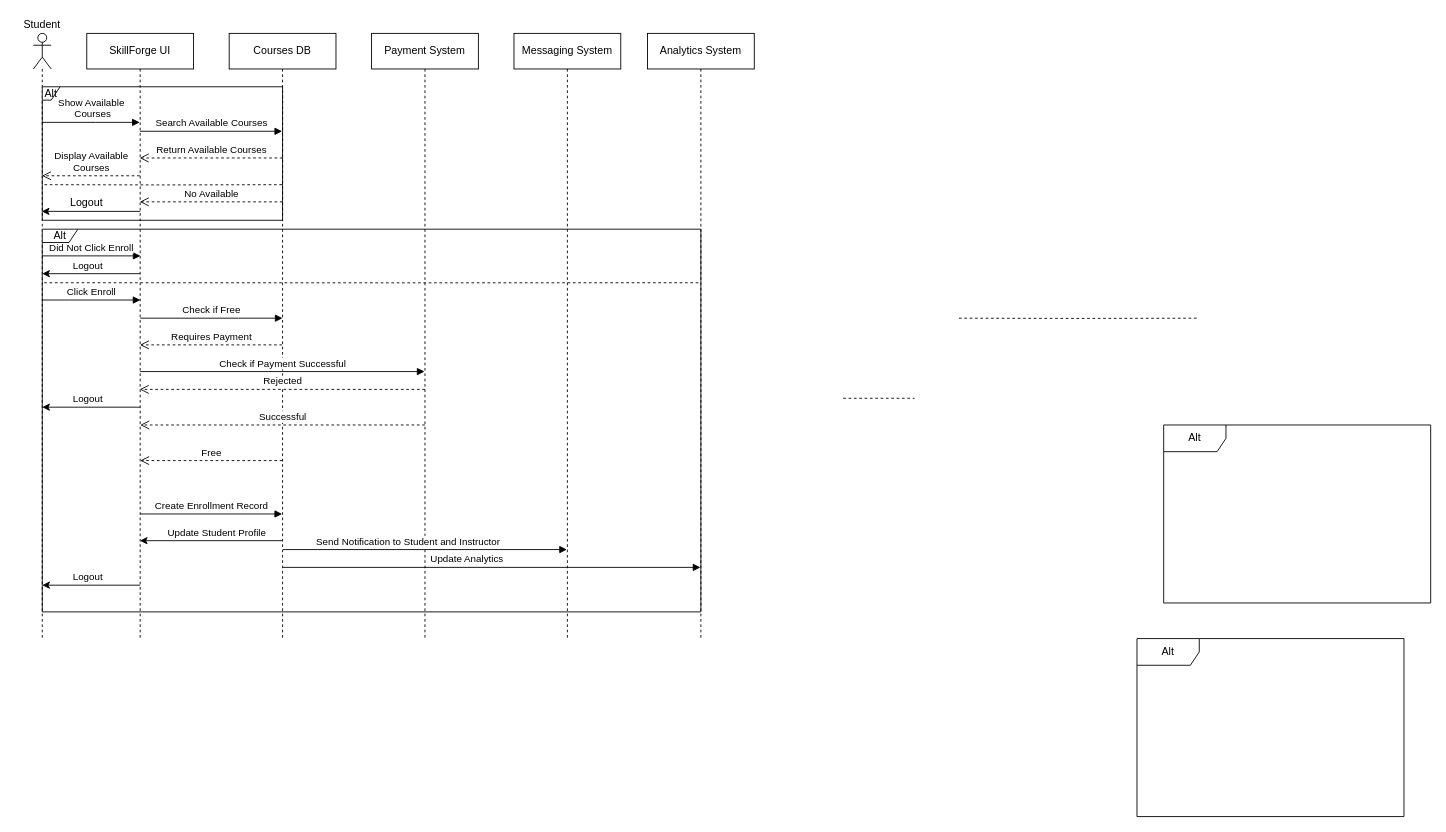
This is SequenceDiagram.drawio from RodinaMohamed04/Lab6, a draw.io file, before an edit. Source tidied: cells renumbered, new cells numbered last; positions are measured from the earlier drawing's top-left corner, leaving out a move shared by most shapes. Both pictures are drawn from the tidied source at 89%, with x=0, y=0 at pixel (15, 15).
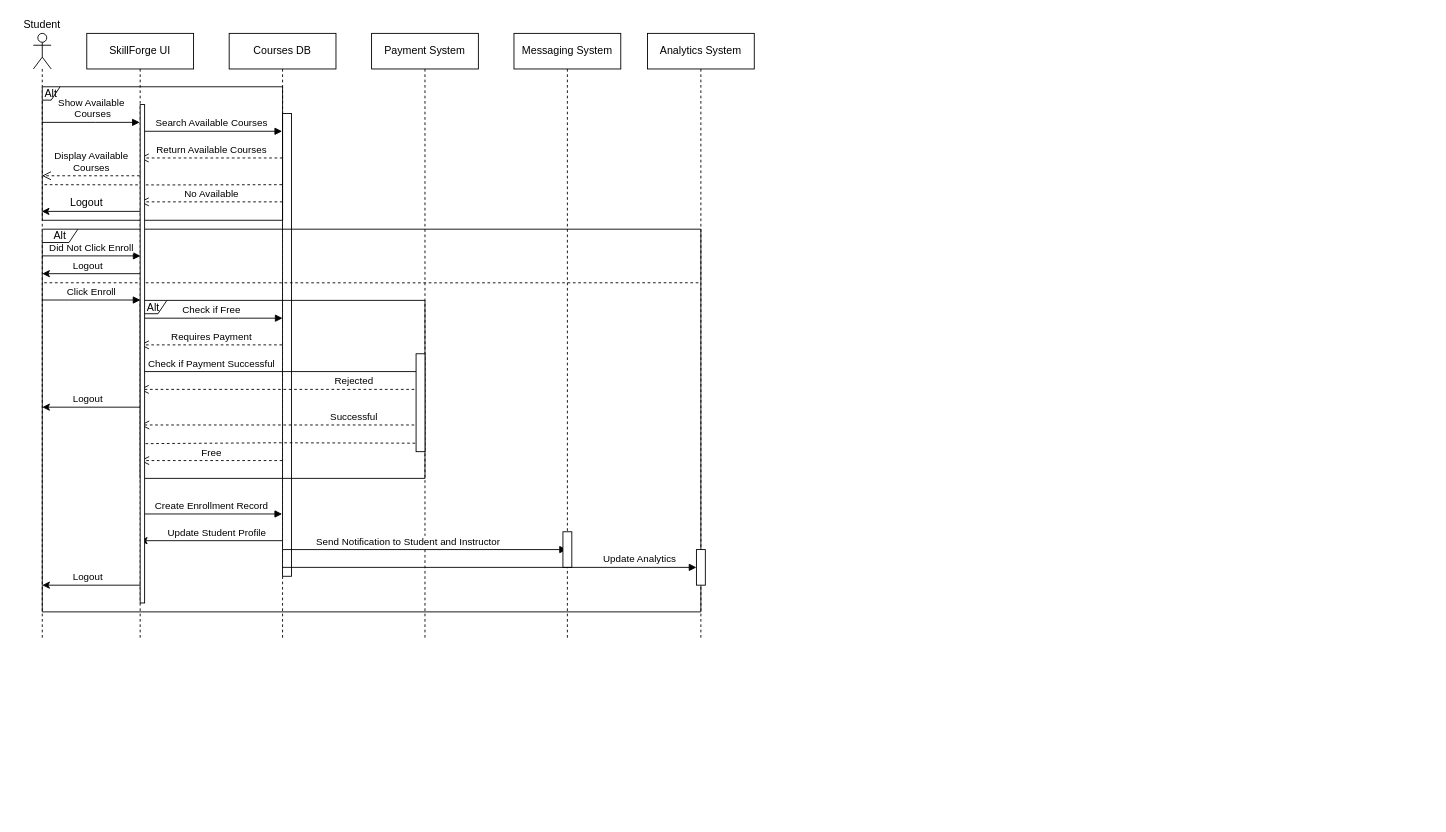
The same diagram, later.

Unchanged cells that the change refers to:
```xml
<mxCell id="2" value="SkillForge UI" style="shape=umlLifeline;perimeter=lifelinePerimeter;whiteSpace=wrap;html=1;outlineConnect=0;portConstraint=eastwest;newEdgeStyle={&quot;curved&quot;:0,&quot;rounded&quot;:0};" parent="1" vertex="1">
  <mxGeometry x="80" y="20" width="120" height="680" as="geometry" />
</mxCell>
<mxCell id="4" value="Courses DB" style="shape=umlLifeline;perimeter=lifelinePerimeter;whiteSpace=wrap;html=1;outlineConnect=0;portConstraint=eastwest;newEdgeStyle={&quot;curved&quot;:0,&quot;rounded&quot;:0};" parent="1" vertex="1">
  <mxGeometry x="240" y="20" width="120" height="680" as="geometry" />
</mxCell>
<mxCell id="5" value="Payment System" style="shape=umlLifeline;perimeter=lifelinePerimeter;whiteSpace=wrap;html=1;outlineConnect=0;portConstraint=eastwest;newEdgeStyle={&quot;curved&quot;:0,&quot;rounded&quot;:0};" parent="1" vertex="1">
  <mxGeometry x="400" y="20" width="120" height="680" as="geometry" />
</mxCell>
<mxCell id="7" value="Analytics System" style="shape=umlLifeline;perimeter=lifelinePerimeter;whiteSpace=wrap;html=1;outlineConnect=0;portConstraint=eastwest;newEdgeStyle={&quot;curved&quot;:0,&quot;rounded&quot;:0};" parent="1" vertex="1">
  <mxGeometry x="710" y="20" width="120" height="680" as="geometry" />
</mxCell>
```

What changed in the source:
```diff
@@
+    <mxCell id="43" style="html=1;perimeter=orthogonalPerimeter;targetShapes=umlLifeline;newEdgeStyle={&quot;curved&quot;:0,&quot;rounded&quot;:0};" parent="4" vertex="1">
+      <mxGeometry x="60" y="90" width="10" height="520" as="geometry" />
+    </mxCell>
@@
     <mxCell id="9" value="Check if Payment Successful" style="html=1;verticalAlign=bottom;endArrow=block;curved=0;rounded=0;" parent="1" edge="1" target="5">
-      <mxGeometry relative="1" as="geometry">
+      <mxGeometry x="-0.5" relative="1" as="geometry">
         <mxPoint x="140" y="400" as="sourcePoint" />
       </mxGeometry>
     </mxCell>
@@
     <mxCell id="24" value="Successful" style="html=1;verticalAlign=bottom;endArrow=open;dashed=1;endSize=8;curved=0;rounded=0;" parent="1" edge="1">
-      <mxGeometry relative="1" as="geometry">
+      <mxGeometry x="-0.5" relative="1" as="geometry">
         <mxPoint x="459.9" y="460" as="sourcePoint" />
         <mxPoint x="140.1" y="460" as="targetPoint" />
       </mxGeometry>
     </mxCell>
     <mxCell id="25" value="Rejected" style="html=1;verticalAlign=bottom;endArrow=open;dashed=1;endSize=8;curved=0;rounded=0;" parent="1" edge="1" target="2">
-      <mxGeometry relative="1" as="geometry">
+      <mxGeometry x="-0.5" relative="1" as="geometry">
         <mxPoint x="460" y="420" as="sourcePoint" />
       </mxGeometry>
     </mxCell>
@@
-    <mxCell id="32" value="Update Analytics" style="html=1;verticalAlign=bottom;endArrow=block;curved=0;rounded=0;" parent="1" edge="1" target="7">
-      <mxGeometry x="-0.12" relative="1" as="geometry">
-        <mxPoint x="300.5" y="620" as="sourcePoint" />
+    <mxCell id="32" value="Update Analytics" style="html=1;verticalAlign=bottom;endArrow=block;curved=0;rounded=0;" parent="1" edge="1" source="47" target="7">
+      <mxGeometry y="69" relative="1" as="geometry">
+        <mxPoint x="-69" as="offset" />
       </mxGeometry>
     </mxCell>
@@
-    <mxCell id="37" value="Alt" style="shape=umlFrame;whiteSpace=wrap;html=1;width=70;height=30;" parent="1" vertex="1">
-      <mxGeometry x="1260" y="700" width="300" height="200" as="geometry" />
-    </mxCell>
-    <mxCell id="38" style="endArrow=none;dashed=1;html=1;rounded=0;" parent="1" edge="1">
-      <mxGeometry relative="1" as="geometry">
-        <mxPoint x="930" y="430" as="sourcePoint" />
-        <mxPoint x="1010" y="430" as="targetPoint" />
-      </mxGeometry>
-    </mxCell>
@@
-    <mxCell id="40" style="endArrow=none;dashed=1;html=1;rounded=0;entryX=1.003;entryY=0.698;entryDx=0;entryDy=0;entryPerimeter=0;" parent="1" edge="1">
+    <mxCell id="40" style="endArrow=none;dashed=1;html=1;rounded=0;entryX=1.009;entryY=0.804;entryDx=0;entryDy=0;entryPerimeter=0;" parent="1" edge="1">
       <mxGeometry relative="1" as="geometry">
-        <mxPoint x="1060" y="340" as="sourcePoint" />
-        <mxPoint x="1327.6" y="340" as="targetPoint" />
+        <mxPoint x="140" y="481" as="sourcePoint" />
+        <mxPoint x="460" y="480.5" as="targetPoint" />
         <Array as="points">
-          <mxPoint x="1196.8" y="340.3" />
+          <mxPoint x="293.9" y="480" />
         </Array>
       </mxGeometry>
     </mxCell>
@@
-    <mxCell id="42" value="Alt" style="shape=umlFrame;whiteSpace=wrap;html=1;width=70;height=30;" parent="1" vertex="1">
-      <mxGeometry x="1290" y="460" width="300" height="200" as="geometry" />
+    <mxCell id="42" value="Alt" style="shape=umlFrame;whiteSpace=wrap;html=1;width=30;height=15;" parent="1" vertex="1">
+      <mxGeometry x="140" y="320" width="320" height="200" as="geometry" />
     </mxCell>
+    <mxCell id="44" style="html=1;perimeter=orthogonalPerimeter;targetShapes=umlLifeline;newEdgeStyle={&quot;curved&quot;:0,&quot;rounded&quot;:0};" parent="1" vertex="1">
+      <mxGeometry x="450" y="380" width="10" height="110" as="geometry" />
+    </mxCell>
+    <mxCell id="45" style="html=1;perimeter=orthogonalPerimeter;targetShapes=umlLifeline;newEdgeStyle={&quot;curved&quot;:0,&quot;rounded&quot;:0};" parent="1" vertex="1">
+      <mxGeometry x="615" y="580" width="10" height="40" as="geometry" />
+    </mxCell>
+    <mxCell id="46" style="html=1;verticalAlign=bottom;endArrow=block;curved=0;rounded=0;" parent="1" edge="1" target="47">
+      <mxGeometry x="-0.12" relative="1" as="geometry">
+        <mxPoint x="300.5" y="620" as="sourcePoint" />
+      </mxGeometry>
+    </mxCell>
+    <mxCell id="47" style="html=1;points=[[0,0,0,0,5],[0,1,0,0,-5],[1,0,0,0,5],[1,1,0,0,-5]];perimeter=orthogonalPerimeter;outlineConnect=0;targetShapes=umlLifeline;portConstraint=eastwest;newEdgeStyle={&quot;curved&quot;:0,&quot;rounded&quot;:0};" parent="1" vertex="1">
+      <mxGeometry x="765" y="600" width="10" height="40" as="geometry" />
+    </mxCell>
+    <mxCell id="48" style="html=1;perimeter=orthogonalPerimeter;targetShapes=umlLifeline;newEdgeStyle={&quot;curved&quot;:0,&quot;rounded&quot;:0};" parent="1" vertex="1">
+      <mxGeometry x="140" y="100" width="5" height="560" as="geometry" />
+    </mxCell>
```
